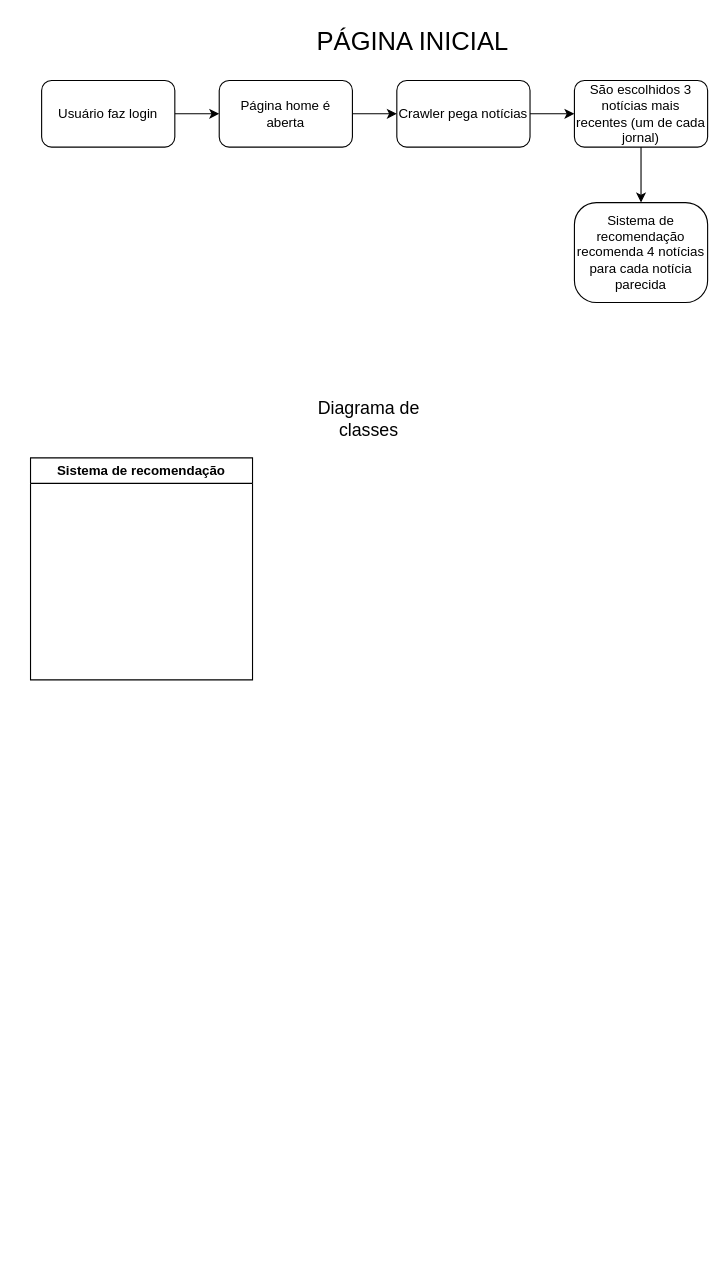
The draw.io diagram Diagrama sem nome.drawio in caiochacon/agregador-de-noticias, before the edit. Source tidied: cells renumbered, new cells numbered last; positions are measured from the earlier drawing's top-left corner, leaving out a move shared by most shapes. Both pictures are drawn from the tidied source at 111%, with x=0, y=0 at pixel (30, 19).
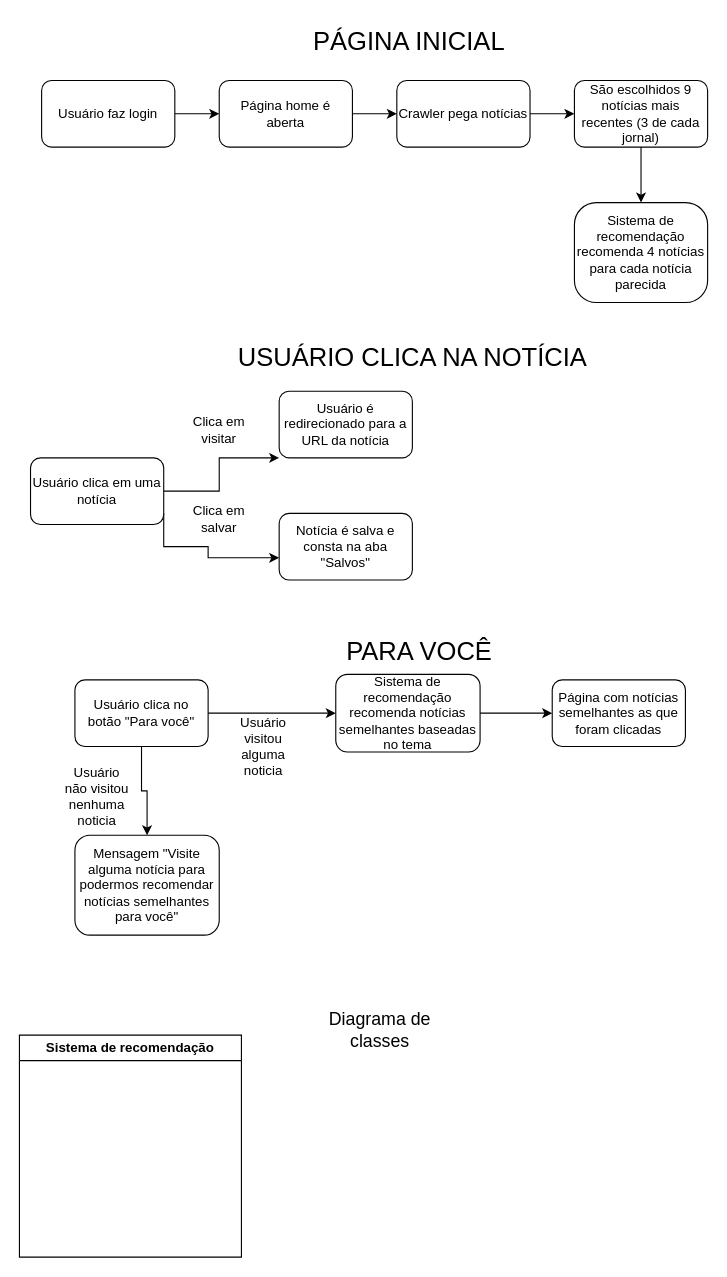
The same page after the edit.

Commit message:
Adiciona diagrama do para você

Diff of the diagram source:
```diff
@@
-    <mxCell id="8" value="São escolhidos 3 notícias mais recentes (um de cada jornal)" style="whiteSpace=wrap;html=1;rounded=1;" parent="1" vertex="1">
+    <mxCell id="8" value="São escolhidos 9 notícias mais recentes (3 de cada jornal)" style="whiteSpace=wrap;html=1;rounded=1;" parent="1" vertex="1">
       <mxGeometry x="490" y="55" width="120" height="60" as="geometry" />
     </mxCell>
-    <mxCell id="9" value="&lt;font style=&quot;font-size: 23px;&quot;&gt;PÁGINA INICIAL&lt;/font&gt;" style="text;html=1;align=center;verticalAlign=middle;strokeColor=none;fillColor=none;" parent="1" vertex="1">
+    <mxCell id="9" value="&lt;font style=&quot;font-size: 23px;&quot;&gt;PÁGINA INICIAL&amp;nbsp;&lt;/font&gt;" style="text;html=1;align=center;verticalAlign=middle;strokeColor=none;fillColor=none;" parent="1" vertex="1">
       <mxGeometry x="244" width="200" height="40" as="geometry" />
     </mxCell>
@@
     <mxCell id="12" value="&lt;font style=&quot;font-size: 16px;&quot;&gt;Diagrama de classes&lt;/font&gt;" style="text;html=1;align=center;verticalAlign=middle;whiteSpace=wrap;rounded=0;" parent="1" vertex="1">
-      <mxGeometry x="230" y="345" width="150" height="30" as="geometry" />
+      <mxGeometry x="240" y="895" width="150" height="30" as="geometry" />
     </mxCell>
     <mxCell id="13" value="Sistema de recomendação" style="swimlane;whiteSpace=wrap;html=1;" parent="1" vertex="1">
-      <mxGeometry y="395" width="200" height="200" as="geometry" />
+      <mxGeometry x="-10" y="915" width="200" height="200" as="geometry" />
     </mxCell>
+    <mxCell id="14" value="&lt;font style=&quot;font-size: 23px;&quot;&gt;USUÁRIO CLICA NA NOTÍCIA&lt;/font&gt;" style="text;html=1;align=center;verticalAlign=middle;strokeColor=none;fillColor=none;" parent="1" vertex="1">
+      <mxGeometry x="174" y="285" width="340" height="40" as="geometry" />
+    </mxCell>
+    <mxCell id="15" style="edgeStyle=orthogonalEdgeStyle;rounded=0;jettySize=auto;html=1;" parent="1" edge="1" source="17" target="18">
+      <mxGeometry relative="1" as="geometry">
+        <Array as="points">
+          <mxPoint x="170" y="425" />
+          <mxPoint x="170" y="395" />
+        </Array>
+      </mxGeometry>
+    </mxCell>
+    <mxCell id="16" style="edgeStyle=orthogonalEdgeStyle;rounded=0;orthogonalLoop=1;jettySize=auto;html=1;exitX=1;exitY=0.5;exitDx=0;exitDy=0;" parent="1" edge="1">
+      <mxGeometry relative="1" as="geometry">
+        <mxPoint x="120" y="445" as="sourcePoint" />
+        <mxPoint x="224" y="485" as="targetPoint" />
+        <Array as="points">
+          <mxPoint x="120" y="475" />
+          <mxPoint x="160" y="475" />
+          <mxPoint x="160" y="485" />
+        </Array>
+      </mxGeometry>
+    </mxCell>
+    <mxCell id="17" value="Usuário clica em uma notícia" style="rounded=1;whiteSpace=wrap;html=1;" parent="1" vertex="1">
+      <mxGeometry y="395" width="120" height="60" as="geometry" />
+    </mxCell>
+    <mxCell id="18" value="Usuário é redirecionado para a URL da notícia" style="whiteSpace=wrap;html=1;rounded=1;" parent="1" vertex="1">
+      <mxGeometry x="224" y="335" width="120" height="60" as="geometry" />
+    </mxCell>
+    <mxCell id="19" value="Notícia é salva e consta na aba &quot;Salvos&quot;" style="whiteSpace=wrap;html=1;rounded=1;" parent="1" vertex="1">
+      <mxGeometry x="224" y="445" width="120" height="60" as="geometry" />
+    </mxCell>
+    <mxCell id="20" value="Clica em visitar" style="text;html=1;align=center;verticalAlign=middle;whiteSpace=wrap;rounded=0;" parent="1" vertex="1">
+      <mxGeometry x="140" y="355" width="60" height="30" as="geometry" />
+    </mxCell>
+    <mxCell id="21" value="Clica em salvar" style="text;html=1;align=center;verticalAlign=middle;whiteSpace=wrap;rounded=0;" parent="1" vertex="1">
+      <mxGeometry x="140" y="435" width="60" height="30" as="geometry" />
+    </mxCell>
+    <mxCell id="22" value="&lt;font style=&quot;font-size: 23px;&quot;&gt;PARA VOCÊ&lt;/font&gt;" style="text;html=1;align=center;verticalAlign=middle;strokeColor=none;fillColor=none;" parent="1" vertex="1">
+      <mxGeometry x="275" y="550" width="150" height="40" as="geometry" />
+    </mxCell>
+    <mxCell id="23" style="edgeStyle=orthogonalEdgeStyle;rounded=0;jettySize=auto;html=1;" parent="1" edge="1" source="25" target="26">
+      <mxGeometry relative="1" as="geometry" />
+    </mxCell>
+    <mxCell id="24" style="edgeStyle=orthogonalEdgeStyle;rounded=0;jettySize=auto;html=1;entryX=0;entryY=0.5;entryDx=0;entryDy=0;" parent="1" edge="1" source="31" target="28">
+      <mxGeometry relative="1" as="geometry">
+        <Array as="points">
+          <mxPoint x="290" y="625" />
+          <mxPoint x="290" y="625" />
+        </Array>
+      </mxGeometry>
+    </mxCell>
+    <mxCell id="25" value="Usuário clica no botão &quot;Para você&quot;" style="rounded=1;whiteSpace=wrap;html=1;" parent="1" vertex="1">
+      <mxGeometry x="40" y="595" width="120" height="60" as="geometry" />
+    </mxCell>
+    <mxCell id="26" value="Mensagem &quot;Visite alguma notícia para podermos recomendar notícias semelhantes para você&quot;" style="whiteSpace=wrap;html=1;rounded=1;" parent="1" vertex="1">
+      <mxGeometry x="40" y="735" width="130" height="90" as="geometry" />
+    </mxCell>
+    <mxCell id="27" value="Usuário não visitou nenhuma noticia" style="text;html=1;align=center;verticalAlign=middle;whiteSpace=wrap;rounded=0;" parent="1" vertex="1">
+      <mxGeometry x="30" y="685" width="60" height="30" as="geometry" />
+    </mxCell>
+    <mxCell id="28" value="Página com notícias semelhantes as que foram clicadas" style="rounded=1;whiteSpace=wrap;html=1;" parent="1" vertex="1">
+      <mxGeometry x="470" y="595" width="120" height="60" as="geometry" />
+    </mxCell>
+    <mxCell id="29" value="Usuário visitou alguma noticia" style="text;html=1;align=center;verticalAlign=middle;whiteSpace=wrap;rounded=0;" parent="1" vertex="1">
+      <mxGeometry x="180" y="640" width="60" height="30" as="geometry" />
+    </mxCell>
+    <mxCell id="30" style="edgeStyle=orthogonalEdgeStyle;rounded=0;jettySize=auto;html=1;entryX=0;entryY=0.5;entryDx=0;entryDy=0;" parent="1" edge="1" source="25" target="31">
+      <mxGeometry relative="1" as="geometry" />
+    </mxCell>
+    <mxCell id="31" value="Sistema de recomendação recomenda notícias semelhantes baseadas no tema" style="rounded=1;whiteSpace=wrap;html=1;" parent="1" vertex="1">
+      <mxGeometry x="275" y="590" width="130" height="70" as="geometry" />
+    </mxCell>
```
